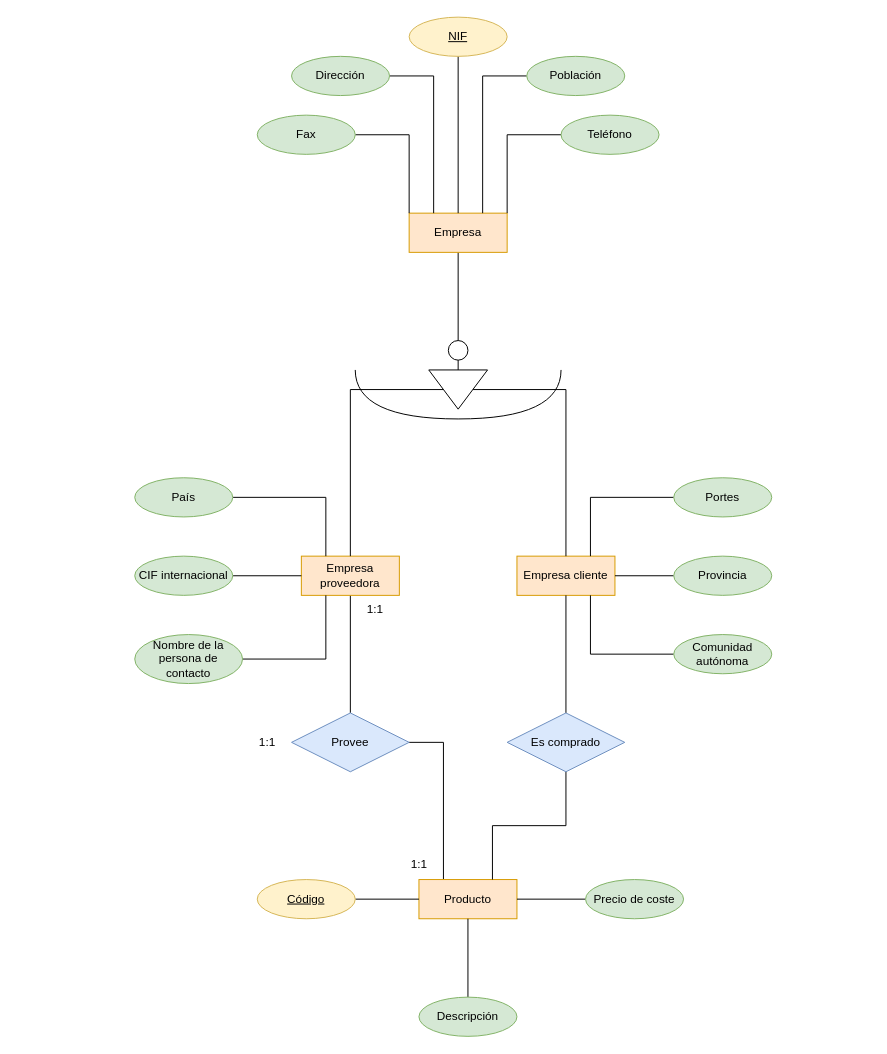
The draw.io diagram Tarea_entregable4.drawio in GRMiguelAngel/Base-Datos, before the edit. Source tidied: cells renumbered, new cells numbered last; positions are measured from the earlier drawing's top-left corner, leaving out a move shared by most shapes. Both pictures are drawn from the tidied source at 98%, with x=0, y=0 at pixel (134, 17).
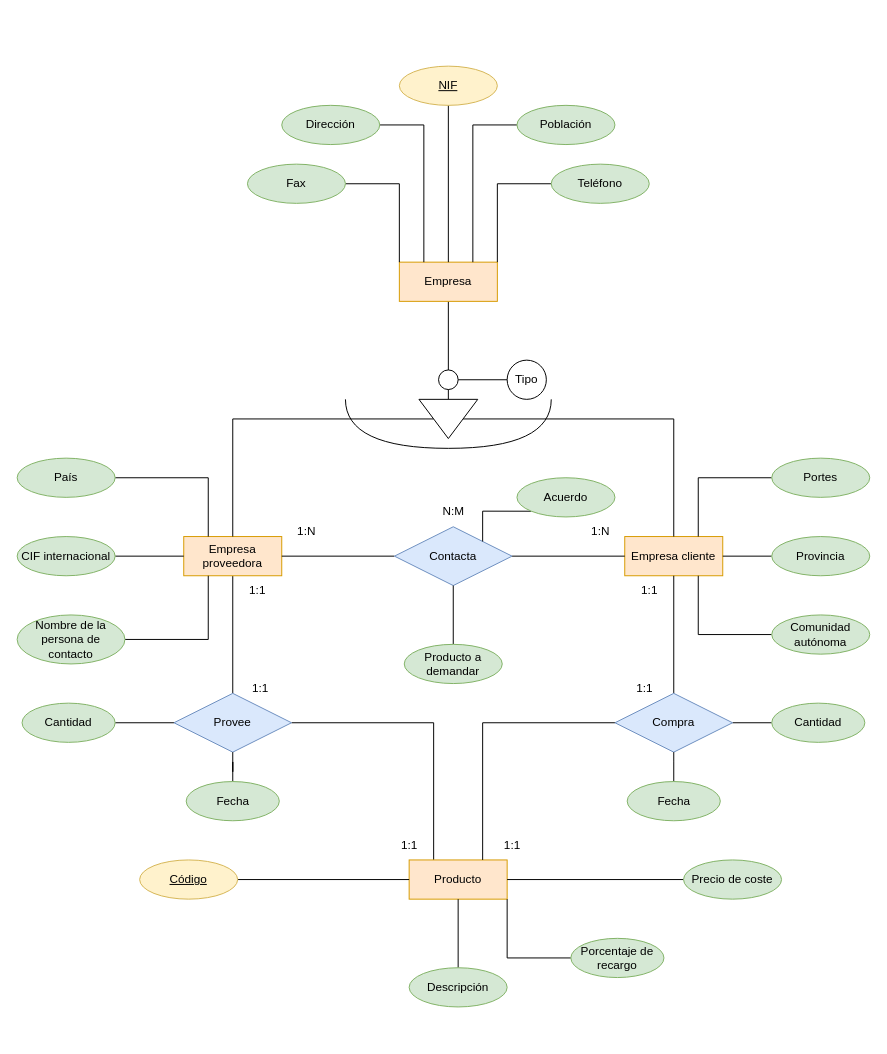
The same diagram, later.

Diff of the diagram source:
```diff
@@
     <mxCell id="3" value="Empresa proveedora" style="whiteSpace=wrap;html=1;align=center;fillColor=#ffe6cc;strokeColor=#d79b00;" parent="1" vertex="1">
-      <mxGeometry x="170" y="550" width="100" height="40" as="geometry" />
+      <mxGeometry x="50" y="530" width="100" height="40" as="geometry" />
     </mxCell>
     <mxCell id="4" value="Empresa cliente" style="whiteSpace=wrap;html=1;align=center;fillColor=#ffe6cc;strokeColor=#d79b00;" parent="1" vertex="1">
-      <mxGeometry x="390" y="550" width="100" height="40" as="geometry" />
+      <mxGeometry x="500" y="530" width="100" height="40" as="geometry" />
     </mxCell>
@@
     <mxCell id="6" value="Provee" style="shape=rhombus;perimeter=rhombusPerimeter;whiteSpace=wrap;html=1;align=center;fillColor=#dae8fc;strokeColor=#6c8ebf;" parent="1" vertex="1">
-      <mxGeometry x="160" y="710" width="120" height="60" as="geometry" />
+      <mxGeometry x="40" y="690" width="120" height="60" as="geometry" />
     </mxCell>
@@
     <mxCell id="8" value="Empresa" style="whiteSpace=wrap;html=1;align=center;fillColor=#ffe6cc;strokeColor=#d79b00;" parent="1" vertex="1">
-      <mxGeometry x="280" y="200" width="100" height="40" as="geometry" />
+      <mxGeometry x="270" y="250" width="100" height="40" as="geometry" />
     </mxCell>
     <mxCell id="9" style="ellipse;whiteSpace=wrap;html=1;" parent="1" vertex="1">
-      <mxGeometry x="320" y="330" width="20" height="20" as="geometry" />
+      <mxGeometry x="310" y="360" width="20" height="20" as="geometry" />
     </mxCell>
@@
     <mxCell id="12" style="triangle;whiteSpace=wrap;html=1;direction=south;rotation=0;" parent="1" vertex="1">
-      <mxGeometry x="300" y="360" width="60" height="40" as="geometry" />
+      <mxGeometry x="290" y="390" width="60" height="40" as="geometry" />
     </mxCell>
     <mxCell id="13" style="shape=requiredInterface;html=1;verticalLabelPosition=bottom;sketch=0;direction=south;" parent="1" vertex="1">
-      <mxGeometry x="225" y="360" width="210" height="50" as="geometry" />
+      <mxGeometry x="215" y="390" width="210" height="50" as="geometry" />
     </mxCell>
@@
     <mxCell id="15" value="NIF" style="whiteSpace=wrap;html=1;align=center;shape=ellipse;perimeter=ellipsePerimeter;fontStyle=4;fillColor=#fff2cc;strokeColor=#d6b656;" parent="1" vertex="1">
-      <mxGeometry x="280" width="100" height="40" as="geometry" />
+      <mxGeometry x="270" y="50" width="100" height="40" as="geometry" />
     </mxCell>
@@
     <mxCell id="17" value="Dirección" style="ellipse;whiteSpace=wrap;html=1;align=center;fillColor=#d5e8d4;strokeColor=#82b366;" parent="1" vertex="1">
-      <mxGeometry x="160" y="40" width="100" height="40" as="geometry" />
+      <mxGeometry x="150" y="90" width="100" height="40" as="geometry" />
     </mxCell>
@@
     <mxCell id="19" value="Población" style="ellipse;whiteSpace=wrap;html=1;align=center;fillColor=#d5e8d4;strokeColor=#82b366;" parent="1" vertex="1">
-      <mxGeometry x="400" y="40" width="100" height="40" as="geometry" />
+      <mxGeometry x="390" y="90" width="100" height="40" as="geometry" />
     </mxCell>
@@
     <mxCell id="21" value="Teléfono" style="ellipse;whiteSpace=wrap;html=1;align=center;fillColor=#d5e8d4;strokeColor=#82b366;" parent="1" vertex="1">
-      <mxGeometry x="435" y="100" width="100" height="40" as="geometry" />
+      <mxGeometry x="425" y="150" width="100" height="40" as="geometry" />
     </mxCell>
@@
     <mxCell id="23" value="Fax" style="ellipse;whiteSpace=wrap;html=1;align=center;fillColor=#d5e8d4;strokeColor=#82b366;" parent="1" vertex="1">
-      <mxGeometry x="125" y="100" width="100" height="40" as="geometry" />
+      <mxGeometry x="115" y="150" width="100" height="40" as="geometry" />
     </mxCell>
@@
     <mxCell id="25" value="Provincia" style="ellipse;whiteSpace=wrap;html=1;align=center;fillColor=#d5e8d4;strokeColor=#82b366;" parent="1" vertex="1">
-      <mxGeometry x="550" y="550" width="100" height="40" as="geometry" />
+      <mxGeometry x="650" y="530" width="100" height="40" as="geometry" />
     </mxCell>
@@
     <mxCell id="27" value="&lt;div&gt;Comunidad autónoma&lt;/div&gt;" style="ellipse;whiteSpace=wrap;html=1;align=center;fillColor=#d5e8d4;strokeColor=#82b366;" parent="1" vertex="1">
-      <mxGeometry x="550" y="630" width="100" height="40" as="geometry" />
+      <mxGeometry x="650" y="610" width="100" height="40" as="geometry" />
     </mxCell>
@@
     <mxCell id="29" value="Portes" style="ellipse;whiteSpace=wrap;html=1;align=center;fillColor=#d5e8d4;strokeColor=#82b366;" parent="1" vertex="1">
-      <mxGeometry x="550" y="470" width="100" height="40" as="geometry" />
+      <mxGeometry x="650" y="450" width="100" height="40" as="geometry" />
     </mxCell>
@@
     <mxCell id="31" value="País" style="ellipse;whiteSpace=wrap;html=1;align=center;fillColor=#d5e8d4;strokeColor=#82b366;" parent="1" vertex="1">
-      <mxGeometry y="470" width="100" height="40" as="geometry" />
+      <mxGeometry x="-120" y="450" width="100" height="40" as="geometry" />
     </mxCell>
@@
     <mxCell id="33" value="CIF internacional" style="ellipse;whiteSpace=wrap;html=1;align=center;fillColor=#d5e8d4;strokeColor=#82b366;" parent="1" vertex="1">
-      <mxGeometry y="550" width="100" height="40" as="geometry" />
+      <mxGeometry x="-120" y="530" width="100" height="40" as="geometry" />
     </mxCell>
@@
     <mxCell id="35" value="Nombre de la persona de contacto" style="ellipse;whiteSpace=wrap;html=1;align=center;fillColor=#d5e8d4;strokeColor=#82b366;" parent="1" vertex="1">
-      <mxGeometry y="630" width="110" height="50" as="geometry" />
+      <mxGeometry x="-120" y="610" width="110" height="50" as="geometry" />
     </mxCell>
     <mxCell id="36" value="Producto" style="whiteSpace=wrap;html=1;align=center;fillColor=#ffe6cc;strokeColor=#d79b00;" parent="1" vertex="1">
-      <mxGeometry x="290" y="880" width="100" height="40" as="geometry" />
+      <mxGeometry x="280" y="860" width="100" height="40" as="geometry" />
     </mxCell>
@@
     <mxCell id="38" value="Código" style="whiteSpace=wrap;html=1;align=center;fillColor=#fff2cc;strokeColor=#d6b656;shape=ellipse;perimeter=ellipsePerimeter;fontStyle=4;" parent="1" vertex="1">
-      <mxGeometry x="125" y="880" width="100" height="40" as="geometry" />
+      <mxGeometry x="5" y="860" width="100" height="40" as="geometry" />
     </mxCell>
@@
     <mxCell id="40" value="Descripción" style="ellipse;whiteSpace=wrap;html=1;align=center;fillColor=#d5e8d4;strokeColor=#82b366;" parent="1" vertex="1">
-      <mxGeometry x="290" y="1000" width="100" height="40" as="geometry" />
+      <mxGeometry x="280" y="970" width="100" height="40" as="geometry" />
     </mxCell>
@@
     <mxCell id="42" value="Precio de coste" style="ellipse;whiteSpace=wrap;html=1;align=center;fillColor=#d5e8d4;strokeColor=#82b366;" parent="1" vertex="1">
-      <mxGeometry x="460" y="880" width="100" height="40" as="geometry" />
+      <mxGeometry x="560" y="860" width="100" height="40" as="geometry" />
     </mxCell>
     <mxCell id="43" value="1:1" style="text;html=1;align=center;verticalAlign=middle;strokeColor=none;fillColor=none;" parent="1" vertex="1">
-      <mxGeometry x="270" y="850" width="40" height="30" as="geometry" />
+      <mxGeometry x="260" y="830" width="40" height="30" as="geometry" />
     </mxCell>
     <mxCell id="44" value="1:1" style="text;html=1;align=center;verticalAlign=middle;strokeColor=none;fillColor=none;" parent="1" vertex="1">
-      <mxGeometry x="225" y="590" width="40" height="30" as="geometry" />
+      <mxGeometry x="105" y="570" width="40" height="30" as="geometry" />
     </mxCell>
     <mxCell id="45" value="1:1" style="text;html=1;align=center;verticalAlign=middle;strokeColor=none;fillColor=none;" parent="1" vertex="1">
-      <mxGeometry x="115" y="725" width="40" height="30" as="geometry" />
+      <mxGeometry x="107.5" y="670" width="40" height="30" as="geometry" />
     </mxCell>
@@
-    <mxCell id="47" style="edgeStyle=orthogonalEdgeStyle;rounded=0;jettySize=auto;html=1;entryX=0.75;entryY=0;entryDx=0;entryDy=0;endArrow=none;endFill=0;" parent="1" edge="1" source="48" target="36">
+    <mxCell id="47" style="edgeStyle=orthogonalEdgeStyle;rounded=0;jettySize=auto;html=1;entryX=0.75;entryY=0;entryDx=0;entryDy=0;endArrow=none;endFill=0;exitX=0;exitY=0.5;exitDx=0;exitDy=0;" parent="1" edge="1" source="48" target="36">
       <mxGeometry relative="1" as="geometry" />
     </mxCell>
+    <mxCell id="49" style="edgeStyle=orthogonalEdgeStyle;rounded=0;jettySize=auto;html=1;entryX=0;entryY=0.5;entryDx=0;entryDy=0;endArrow=none;endFill=0;" parent="1" edge="1" source="48" target="56">
+      <mxGeometry relative="1" as="geometry" />
+    </mxCell>
-    <mxCell id="48" value="Es comprado" style="shape=rhombus;perimeter=rhombusPerimeter;whiteSpace=wrap;html=1;align=center;fillColor=#dae8fc;strokeColor=#6c8ebf;" parent="1" vertex="1">
-      <mxGeometry x="380" y="710" width="120" height="60" as="geometry" />
+    <mxCell id="48" value="Compra" style="shape=rhombus;perimeter=rhombusPerimeter;whiteSpace=wrap;html=1;align=center;fillColor=#dae8fc;strokeColor=#6c8ebf;" parent="1" vertex="1">
+      <mxGeometry x="490" y="690" width="120" height="60" as="geometry" />
     </mxCell>
+    <mxCell id="50" style="edgeStyle=orthogonalEdgeStyle;rounded=0;jettySize=auto;html=1;endArrow=none;endFill=0;" parent="1" edge="1" source="51" target="6">
+      <mxGeometry relative="1" as="geometry" />
+    </mxCell>
+    <mxCell id="51" value="Fecha" style="ellipse;whiteSpace=wrap;html=1;align=center;fillColor=#d5e8d4;strokeColor=#82b366;" parent="1" vertex="1">
+      <mxGeometry x="52.5" y="780" width="95" height="40" as="geometry" />
+    </mxCell>
+    <mxCell id="52" style="edgeStyle=orthogonalEdgeStyle;rounded=0;jettySize=auto;html=1;endArrow=none;endFill=0;" parent="1" edge="1" source="53">
+      <mxGeometry relative="1" as="geometry">
+        <mxPoint x="550" y="750" as="targetPoint" />
+      </mxGeometry>
+    </mxCell>
+    <mxCell id="53" value="Fecha" style="ellipse;whiteSpace=wrap;html=1;align=center;fillColor=#d5e8d4;strokeColor=#82b366;" parent="1" vertex="1">
+      <mxGeometry x="502.5" y="780" width="95" height="40" as="geometry" />
+    </mxCell>
+    <mxCell id="54" style="edgeStyle=orthogonalEdgeStyle;rounded=0;jettySize=auto;html=1;entryX=0;entryY=0.5;entryDx=0;entryDy=0;endArrow=none;endFill=0;" parent="1" edge="1" source="55" target="6">
+      <mxGeometry relative="1" as="geometry" />
+    </mxCell>
+    <mxCell id="55" value="Cantidad" style="ellipse;whiteSpace=wrap;html=1;align=center;fillColor=#d5e8d4;strokeColor=#82b366;" parent="1" vertex="1">
+      <mxGeometry x="-115" y="700" width="95" height="40" as="geometry" />
+    </mxCell>
+    <mxCell id="56" value="Cantidad" style="ellipse;whiteSpace=wrap;html=1;align=center;fillColor=#d5e8d4;strokeColor=#82b366;" parent="1" vertex="1">
+      <mxGeometry x="650" y="700" width="95" height="40" as="geometry" />
+    </mxCell>
+    <mxCell id="57" style="edgeStyle=orthogonalEdgeStyle;rounded=0;jettySize=auto;html=1;entryX=1;entryY=1;entryDx=0;entryDy=0;endArrow=none;endFill=0;" parent="1" edge="1" source="58" target="36">
+      <mxGeometry relative="1" as="geometry" />
+    </mxCell>
+    <mxCell id="58" value="Porcentaje de recargo" style="ellipse;whiteSpace=wrap;html=1;align=center;fillColor=#d5e8d4;strokeColor=#82b366;" parent="1" vertex="1">
+      <mxGeometry x="445" y="940" width="95" height="40" as="geometry" />
+    </mxCell>
+    <mxCell id="59" style="edgeStyle=orthogonalEdgeStyle;rounded=0;jettySize=auto;html=1;entryX=1;entryY=0.5;entryDx=0;entryDy=0;endArrow=none;endFill=0;" parent="1" edge="1" source="60" target="9">
+      <mxGeometry relative="1" as="geometry" />
+    </mxCell>
+    <mxCell id="60" value="Tipo" style="ellipse;whiteSpace=wrap;html=1;" parent="1" vertex="1">
+      <mxGeometry x="380" y="350" width="40" height="40" as="geometry" />
+    </mxCell>
+    <mxCell id="61" value="1:1" style="text;html=1;align=center;verticalAlign=middle;strokeColor=none;fillColor=none;" parent="1" vertex="1">
+      <mxGeometry x="365" y="830" width="40" height="30" as="geometry" />
+    </mxCell>
+    <mxCell id="62" value="1:1" style="text;html=1;align=center;verticalAlign=middle;strokeColor=none;fillColor=none;" parent="1" vertex="1">
+      <mxGeometry x="505" y="570" width="40" height="30" as="geometry" />
+    </mxCell>
+    <mxCell id="63" value="1:1" style="text;html=1;align=center;verticalAlign=middle;strokeColor=none;fillColor=none;" parent="1" vertex="1">
+      <mxGeometry x="500" y="670" width="40" height="30" as="geometry" />
+    </mxCell>
+    <mxCell id="64" style="edgeStyle=orthogonalEdgeStyle;rounded=0;jettySize=auto;html=1;entryX=1;entryY=0.5;entryDx=0;entryDy=0;endArrow=none;endFill=0;" parent="1" edge="1" source="66" target="3">
+      <mxGeometry relative="1" as="geometry" />
+    </mxCell>
+    <mxCell id="65" style="edgeStyle=orthogonalEdgeStyle;rounded=0;jettySize=auto;html=1;entryX=0;entryY=0.5;entryDx=0;entryDy=0;endArrow=none;endFill=0;" parent="1" edge="1" source="66" target="4">
+      <mxGeometry relative="1" as="geometry" />
+    </mxCell>
+    <mxCell id="66" value="Contacta" style="shape=rhombus;perimeter=rhombusPerimeter;whiteSpace=wrap;html=1;align=center;fillColor=#dae8fc;strokeColor=#6c8ebf;" parent="1" vertex="1">
+      <mxGeometry x="265" y="520" width="120" height="60" as="geometry" />
+    </mxCell>
+    <mxCell id="67" style="edgeStyle=orthogonalEdgeStyle;rounded=0;jettySize=auto;html=1;entryX=0.5;entryY=1;entryDx=0;entryDy=0;endArrow=none;endFill=0;" parent="1" edge="1" source="68" target="66">
+      <mxGeometry relative="1" as="geometry" />
+    </mxCell>
+    <mxCell id="68" value="Producto a demandar" style="ellipse;whiteSpace=wrap;html=1;align=center;fillColor=#d5e8d4;strokeColor=#82b366;" parent="1" vertex="1">
+      <mxGeometry x="275" y="640" width="100" height="40" as="geometry" />
+    </mxCell>
+    <mxCell id="69" style="edgeStyle=orthogonalEdgeStyle;rounded=0;jettySize=auto;html=1;exitX=0;exitY=1;exitDx=0;exitDy=0;entryX=1;entryY=0;entryDx=0;entryDy=0;endArrow=none;endFill=0;" parent="1" edge="1" source="70" target="66">
+      <mxGeometry relative="1" as="geometry">
+        <Array as="points">
+          <mxPoint x="355" y="504" />
+        </Array>
+      </mxGeometry>
+    </mxCell>
+    <mxCell id="70" value="Acuerdo" style="ellipse;whiteSpace=wrap;html=1;align=center;fillColor=#d5e8d4;strokeColor=#82b366;" parent="1" vertex="1">
+      <mxGeometry x="390" y="470" width="100" height="40" as="geometry" />
+    </mxCell>
+    <mxCell id="71" value="1:N" style="text;html=1;align=center;verticalAlign=middle;strokeColor=none;fillColor=none;" parent="1" vertex="1">
+      <mxGeometry x="155" y="510" width="40" height="30" as="geometry" />
+    </mxCell>
+    <mxCell id="72" value="1:N" style="text;html=1;align=center;verticalAlign=middle;strokeColor=none;fillColor=none;" parent="1" vertex="1">
+      <mxGeometry x="455" y="510" width="40" height="30" as="geometry" />
+    </mxCell>
+    <mxCell id="73" value="N:M" style="text;html=1;align=center;verticalAlign=middle;strokeColor=none;fillColor=none;" parent="1" vertex="1">
+      <mxGeometry x="300" y="490" width="50" height="30" as="geometry" />
+    </mxCell>
```
